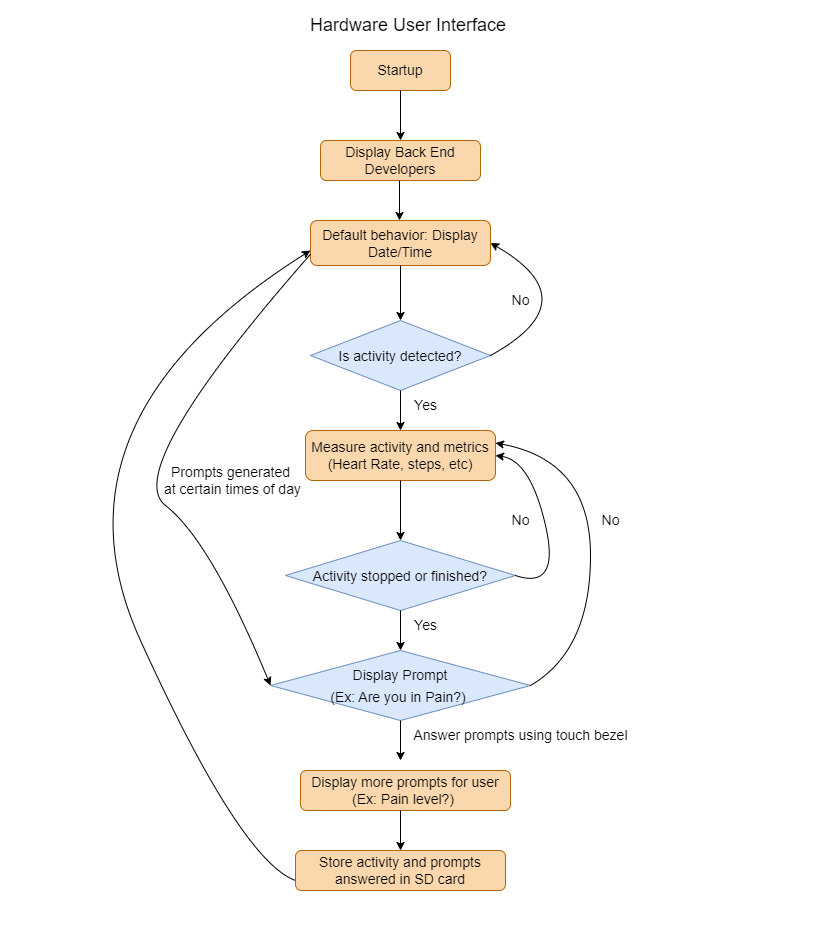
Above: docs/Design/SystDesign/HardwareUI_FSM.png in zakerl/Capstone_Project (draw.io), before the change. Source tidied: cells renumbered, new cells last; positions are measured from the earlier drawing's top-left corner, leaving out a move shared by most shapes.
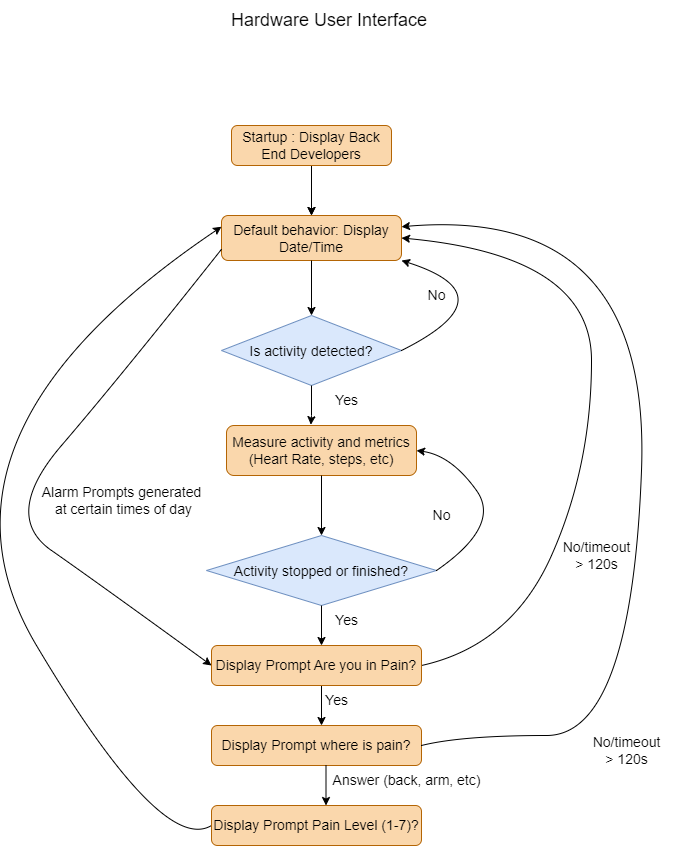
The same file after the commit.

Commit message:
Changed diagrams for FSM and DAG

Change to the diagram source:
```diff
@@ -2,26 +2,26 @@
   <root>
     <mxCell id="0" />
     <mxCell id="1" parent="0" />
-    <mxCell id="2" value="&lt;font style=&quot;font-size: 14px;&quot;&gt;Startup&lt;/font&gt;" style="rounded=1;whiteSpace=wrap;html=1;fillColor=#fad7ac;strokeColor=#b46504;" parent="1" vertex="1">
-      <mxGeometry x="310" y="45" width="100" height="40" as="geometry" />
-    </mxCell>
     <mxCell id="3" value="&lt;font style=&quot;font-size: 18px;&quot;&gt;Hardware User Interface&amp;nbsp;&lt;/font&gt;" style="text;html=1;align=center;verticalAlign=middle;strokeColor=none;fillColor=none;fontSize=14;" parent="1" vertex="1">
       <mxGeometry x="260" width="220" height="40" as="geometry" />
     </mxCell>
-    <mxCell id="4" style="endArrow=classic;html=1;rounded=0;fontSize=18;exitX=0.5;exitY=1;exitDx=0;exitDy=0;" parent="1" edge="1" source="2">
-      <mxGeometry relative="1" as="geometry">
-        <mxPoint x="360" y="135" as="targetPoint" />
-      </mxGeometry>
-    </mxCell>
+    <mxCell id="32" style="edgeStyle=orthogonalEdgeStyle;rounded=0;jettySize=auto;html=1;" parent="1" edge="1" source="5" target="23">
+      <mxGeometry relative="1" as="geometry" />
+    </mxCell>
+    <mxCell id="33" style="edgeStyle=orthogonalEdgeStyle;rounded=0;jettySize=auto;html=1;" parent="1" edge="1" source="5" target="23">
+      <mxGeometry relative="1" as="geometry" />
+    </mxCell>
-    <mxCell id="5" value="&lt;font style=&quot;font-size: 14px;&quot;&gt;Display Back End Developers&lt;/font&gt;" style="rounded=1;whiteSpace=wrap;html=1;fillColor=#fad7ac;strokeColor=#b46504;" parent="1" vertex="1">
-      <mxGeometry x="280" y="135" width="160" height="40" as="geometry" />
+    <mxCell id="5" value="&lt;font style=&quot;font-size: 14px;&quot;&gt;Startup : Display Back End Developers&lt;/font&gt;" style="rounded=1;whiteSpace=wrap;html=1;fillColor=#fad7ac;strokeColor=#b46504;" parent="1" vertex="1">
+      <mxGeometry x="270" y="125" width="160" height="40" as="geometry" />
     </mxCell>
     <mxCell id="6" value="&lt;font style=&quot;font-size: 14px;&quot;&gt;Is activity detected?&lt;/font&gt;" style="rhombus;whiteSpace=wrap;html=1;fontSize=18;fillColor=#dae8fc;strokeColor=#6c8ebf;" parent="1" vertex="1">
-      <mxGeometry x="270" y="315" width="180" height="70" as="geometry" />
+      <mxGeometry x="260" y="315" width="180" height="70" as="geometry" />
     </mxCell>
-    <mxCell id="7" style="endArrow=classic;html=1;rounded=0;fontSize=14;exitX=0.5;exitY=1;exitDx=0;exitDy=0;" parent="1" edge="1" source="6">
+    <mxCell id="7" style="endArrow=classic;html=1;rounded=0;fontSize=14;exitX=0.5;exitY=1;exitDx=0;exitDy=0;entryX=0.444;entryY=-0.016;entryDx=0;entryDy=0;entryPerimeter=0;" parent="1" edge="1" source="6" target="8">
       <mxGeometry relative="1" as="geometry">
-        <mxPoint x="360" y="425" as="targetPoint" />
+        <Array as="points">
+          <mxPoint x="350" y="415" />
+        </Array>
       </mxGeometry>
     </mxCell>
     <mxCell id="8" value="&lt;span style=&quot;font-size: 14px;&quot;&gt;Measure activity and metrics (Heart Rate, steps, etc)&lt;/span&gt;" style="rounded=1;whiteSpace=wrap;html=1;fillColor=#fad7ac;strokeColor=#b46504;" parent="1" vertex="1">
@@ -49,7 +49,7 @@
     <mxCell id="14" style="curved=1;endArrow=classic;html=1;rounded=0;fontSize=14;exitX=1;exitY=0.5;exitDx=0;exitDy=0;entryX=1;entryY=0.5;entryDx=0;entryDy=0;" parent="1" edge="1" source="10" target="8">
       <mxGeometry relative="1" as="geometry">
         <Array as="points">
-          <mxPoint x="520" y="585" />
+          <mxPoint x="540" y="525" />
           <mxPoint x="490" y="455" />
         </Array>
       </mxGeometry>
@@ -57,50 +57,40 @@
     <mxCell id="15" value="No&lt;br&gt;" style="text;html=1;align=center;verticalAlign=middle;strokeColor=none;fillColor=none;fontSize=14;" parent="1" vertex="1">
       <mxGeometry x="460" y="500" width="40" height="30" as="geometry" />
     </mxCell>
-    <mxCell id="16" value="&lt;span style=&quot;font-size: 14px;&quot;&gt;Display Prompt &lt;br&gt;(Ex: Are you in Pain?)&amp;nbsp;&lt;/span&gt;" style="rhombus;whiteSpace=wrap;html=1;fontSize=18;fillColor=#dae8fc;strokeColor=#6c8ebf;" parent="1" vertex="1">
-      <mxGeometry x="230" y="645" width="260" height="70" as="geometry" />
-    </mxCell>
-    <mxCell id="17" style="curved=1;endArrow=classic;html=1;rounded=0;fontSize=10;entryX=1;entryY=0.25;entryDx=0;entryDy=0;" parent="1" edge="1" target="8">
+    <mxCell id="17" style="curved=1;endArrow=classic;html=1;rounded=0;fontSize=10;entryX=1;entryY=0.5;entryDx=0;entryDy=0;exitX=1;exitY=0.5;exitDx=0;exitDy=0;" parent="1" edge="1" source="35" target="23">
       <mxGeometry relative="1" as="geometry">
-        <mxPoint x="490" y="680" as="sourcePoint" />
         <Array as="points">
           <mxPoint x="550" y="645" />
-          <mxPoint x="550" y="455" />
+          <mxPoint x="630" y="465" />
+          <mxPoint x="630" y="255" />
         </Array>
       </mxGeometry>
     </mxCell>
-    <mxCell id="18" value="&lt;font style=&quot;font-size: 14px;&quot;&gt;No&lt;/font&gt;" style="text;html=1;align=center;verticalAlign=middle;strokeColor=none;fillColor=none;fontSize=10;" parent="1" vertex="1">
-      <mxGeometry x="550" y="500" width="40" height="30" as="geometry" />
+    <mxCell id="18" value="&lt;font style=&quot;font-size: 14px;&quot;&gt;No/timeout&lt;br&gt;&amp;gt; 120s&lt;/font&gt;" style="text;html=1;align=center;verticalAlign=middle;strokeColor=none;fillColor=none;fontSize=10;" parent="1" vertex="1">
+      <mxGeometry x="590" y="530" width="90" height="50" as="geometry" />
     </mxCell>
-    <mxCell id="19" value="Store activity and prompts answered in SD card" style="rounded=1;whiteSpace=wrap;html=1;fontSize=14;fillColor=#fad7ac;strokeColor=#b46504;" parent="1" vertex="1">
-      <mxGeometry x="255" y="845" width="210" height="40" as="geometry" />
-    </mxCell>
-    <mxCell id="20" style="endArrow=classic;html=1;rounded=0;fontSize=14;exitX=0.5;exitY=1;exitDx=0;exitDy=0;" parent="1" edge="1" source="16">
+    <mxCell id="20" style="endArrow=classic;html=1;rounded=0;fontSize=14;exitX=0.5;exitY=1;exitDx=0;exitDy=0;" parent="1" edge="1">
       <mxGeometry relative="1" as="geometry">
-        <mxPoint x="360" y="755" as="targetPoint" />
+        <mxPoint x="360" y="685" as="sourcePoint" />
+        <mxPoint x="360" y="725" as="targetPoint" />
       </mxGeometry>
     </mxCell>
-    <mxCell id="21" value="Display more prompts for user (Ex: Pain level?)&amp;nbsp;" style="rounded=1;whiteSpace=wrap;html=1;fontSize=14;fillColor=#fad7ac;strokeColor=#b46504;" parent="1" vertex="1">
-      <mxGeometry x="260" y="765" width="210" height="40" as="geometry" />
+    <mxCell id="21" value="Display Prompt where is pain?" style="rounded=1;whiteSpace=wrap;html=1;fontSize=14;fillColor=#fad7ac;strokeColor=#b46504;" parent="1" vertex="1">
+      <mxGeometry x="250" y="725" width="210" height="40" as="geometry" />
     </mxCell>
-    <mxCell id="22" style="endArrow=classic;html=1;rounded=0;fontSize=14;" parent="1" edge="1" target="19">
+    <mxCell id="22" style="endArrow=classic;html=1;rounded=0;fontSize=14;" parent="1" edge="1">
       <mxGeometry relative="1" as="geometry">
-        <mxPoint x="360" y="805" as="sourcePoint" />
+        <mxPoint x="364.5" y="765" as="sourcePoint" />
+        <mxPoint x="364.5" y="805" as="targetPoint" />
       </mxGeometry>
     </mxCell>
     <mxCell id="23" value="&lt;font style=&quot;font-size: 14px;&quot;&gt;Default behavior: Display Date/Time&lt;/font&gt;" style="rounded=1;whiteSpace=wrap;html=1;fillColor=#fad7ac;strokeColor=#b46504;" parent="1" vertex="1">
-      <mxGeometry x="270" y="215" width="180" height="45" as="geometry" />
+      <mxGeometry x="260" y="215" width="180" height="45" as="geometry" />
     </mxCell>
     <mxCell id="24" style="endArrow=classic;html=1;rounded=0;fontSize=14;exitX=0.5;exitY=1;exitDx=0;exitDy=0;entryX=0.5;entryY=0;entryDx=0;entryDy=0;" parent="1" edge="1" source="23" target="6">
       <mxGeometry relative="1" as="geometry" />
     </mxCell>
-    <mxCell id="25" style="endArrow=classic;html=1;rounded=0;fontSize=14;exitX=0.5;exitY=1;exitDx=0;exitDy=0;" parent="1" edge="1">
-      <mxGeometry relative="1" as="geometry">
-        <mxPoint x="359" y="175" as="sourcePoint" />
-        <mxPoint x="359" y="215" as="targetPoint" />
-      </mxGeometry>
-    </mxCell>
-    <mxCell id="26" style="curved=1;endArrow=classic;html=1;rounded=0;fontSize=14;exitX=1;exitY=0.5;exitDx=0;exitDy=0;entryX=1;entryY=0.5;entryDx=0;entryDy=0;" parent="1" edge="1" source="6" target="23">
+    <mxCell id="26" style="curved=1;endArrow=classic;html=1;rounded=0;fontSize=14;exitX=1;exitY=0.5;exitDx=0;exitDy=0;entryX=1;entryY=1;entryDx=0;entryDy=0;" parent="1" edge="1" source="6" target="23">
       <mxGeometry relative="1" as="geometry">
         <Array as="points">
           <mxPoint x="550" y="295" />
@@ -108,30 +98,52 @@
       </mxGeometry>
     </mxCell>
     <mxCell id="27" value="No" style="text;html=1;align=center;verticalAlign=middle;strokeColor=none;fillColor=none;fontSize=14;" parent="1" vertex="1">
-      <mxGeometry x="460" y="280" width="40" height="30" as="geometry" />
+      <mxGeometry x="455" y="280" width="40" height="30" as="geometry" />
     </mxCell>
-    <mxCell id="28" style="curved=1;endArrow=classic;html=1;rounded=0;fontSize=14;exitX=0;exitY=0.75;exitDx=0;exitDy=0;" parent="1" edge="1" source="19">
+    <mxCell id="28" style="curved=1;endArrow=classic;html=1;rounded=0;fontSize=14;exitX=0;exitY=0.5;exitDx=0;exitDy=0;entryX=0;entryY=0.25;entryDx=0;entryDy=0;" parent="1" edge="1" source="36" target="23">
       <mxGeometry relative="1" as="geometry">
-        <mxPoint x="270" y="245" as="targetPoint" />
         <Array as="points">
           <mxPoint x="200" y="855" />
-          <mxPoint y="415" />
+          <mxPoint x="-50" y="435" />
         </Array>
       </mxGeometry>
     </mxCell>
-    <mxCell id="29" value="Answer prompts using touch bezel&lt;br&gt;" style="text;html=1;align=center;verticalAlign=middle;strokeColor=none;fillColor=none;fontSize=14;" parent="1" vertex="1">
-      <mxGeometry x="360" y="715" width="240" height="30" as="geometry" />
+    <mxCell id="29" value="Yes" style="text;html=1;align=center;verticalAlign=middle;strokeColor=none;fillColor=none;fontSize=14;" parent="1" vertex="1">
+      <mxGeometry x="350" y="685" width="50" height="30" as="geometry" />
     </mxCell>
-    <mxCell id="30" style="curved=1;endArrow=classic;html=1;rounded=0;fontSize=14;entryX=0;entryY=0.5;entryDx=0;entryDy=0;exitX=0;exitY=0.75;exitDx=0;exitDy=0;" parent="1" edge="1" source="23" target="16">
+    <mxCell id="30" style="curved=1;endArrow=classic;html=1;rounded=0;fontSize=14;entryX=0;entryY=0.5;entryDx=0;entryDy=0;exitX=0;exitY=0.75;exitDx=0;exitDy=0;" parent="1" edge="1" source="23" target="35">
       <mxGeometry relative="1" as="geometry">
         <Array as="points">
-          <mxPoint x="80" y="465" />
-          <mxPoint x="170" y="535" />
+          <mxPoint x="160" y="375" />
+          <mxPoint x="40" y="515" />
+          <mxPoint x="140" y="585" />
         </Array>
       </mxGeometry>
     </mxCell>
-    <mxCell id="31" value="Prompts generated&lt;br&gt;&amp;nbsp;at certain times of day" style="text;html=1;align=center;verticalAlign=middle;strokeColor=none;fillColor=none;fontSize=14;" parent="1" vertex="1">
-      <mxGeometry x="110" y="450" width="160" height="50" as="geometry" />
+    <mxCell id="31" value="Alarm Prompts generated&lt;br&gt;&amp;nbsp;at certain times of day" style="text;html=1;align=center;verticalAlign=middle;strokeColor=none;fillColor=none;fontSize=14;" parent="1" vertex="1">
+      <mxGeometry x="70" y="475" width="180" height="50" as="geometry" />
     </mxCell>
+    <mxCell id="34" value="Answer (back, arm, etc)" style="text;html=1;align=center;verticalAlign=middle;strokeColor=none;fillColor=none;fontSize=14;" parent="1" vertex="1">
+      <mxGeometry x="360" y="765" width="170" height="30" as="geometry" />
+    </mxCell>
+    <mxCell id="35" value="Display Prompt&amp;nbsp;Are you in Pain?" style="rounded=1;whiteSpace=wrap;html=1;fontSize=14;fillColor=#fad7ac;strokeColor=#b46504;" parent="1" vertex="1">
+      <mxGeometry x="250" y="645" width="210" height="40" as="geometry" />
+    </mxCell>
+    <mxCell id="36" value="Display Prompt Pain Level (1-7)?" style="rounded=1;whiteSpace=wrap;html=1;fontSize=14;fillColor=#fad7ac;strokeColor=#b46504;" parent="1" vertex="1">
+      <mxGeometry x="250" y="805" width="210" height="40" as="geometry" />
+    </mxCell>
+    <mxCell id="37" style="curved=1;endArrow=classic;html=1;rounded=0;entryX=1;entryY=0.25;entryDx=0;entryDy=0;" parent="1" edge="1" target="23">
+      <mxGeometry relative="1" as="geometry">
+        <mxPoint x="460" y="745" as="sourcePoint" />
+        <Array as="points">
+          <mxPoint x="500" y="735" />
+          <mxPoint x="670" y="735" />
+          <mxPoint x="690" y="205" />
+        </Array>
+      </mxGeometry>
+    </mxCell>
+    <mxCell id="38" value="&lt;font style=&quot;font-size: 14px;&quot;&gt;No/timeout&lt;br&gt;&amp;gt; 120s&lt;/font&gt;" style="text;html=1;align=center;verticalAlign=middle;strokeColor=none;fillColor=none;fontSize=10;" parent="1" vertex="1">
+      <mxGeometry x="620" y="725" width="90" height="50" as="geometry" />
+    </mxCell>
   </root>
 </mxGraphModel>
```
